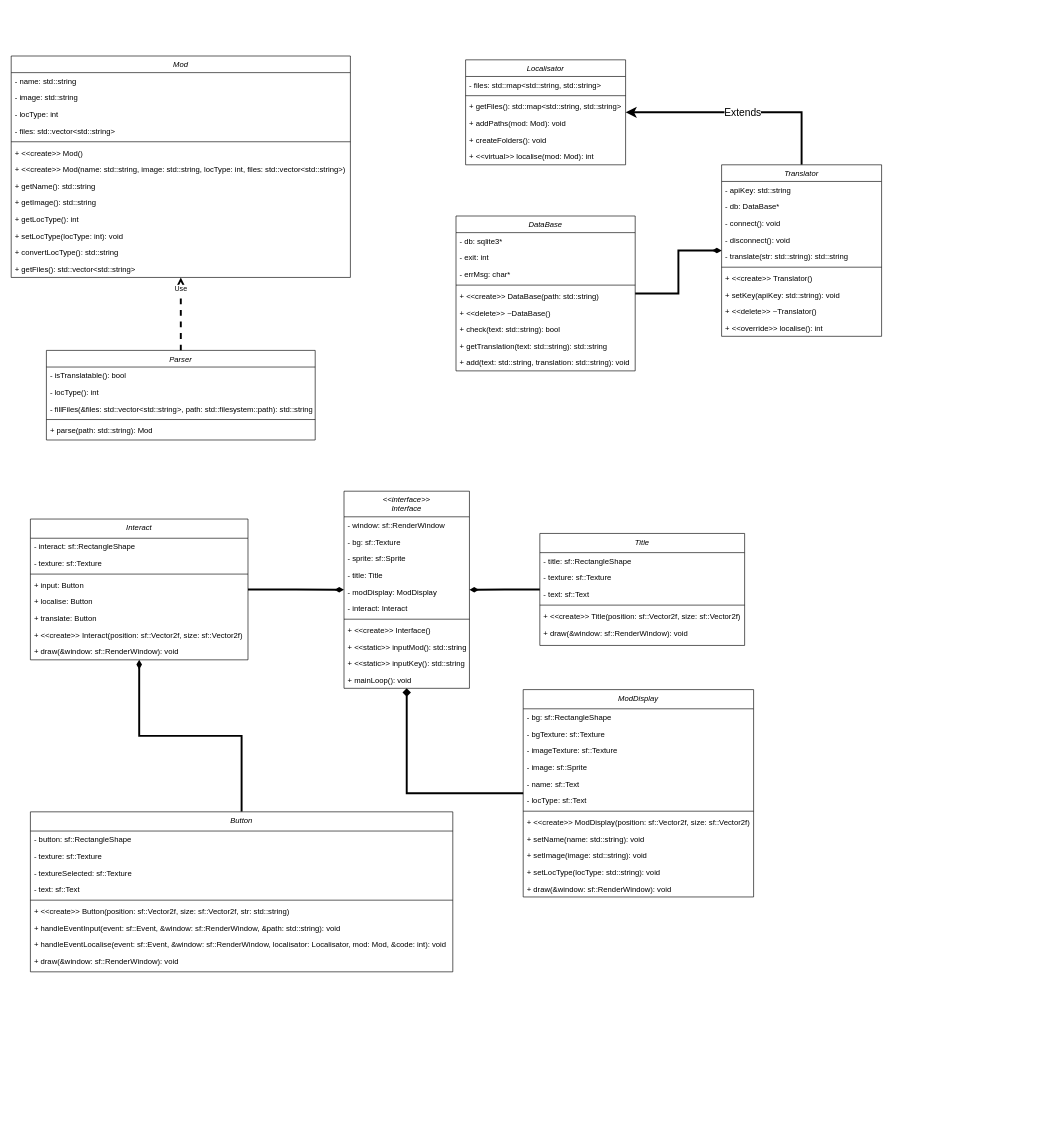
trpo2023/cw-ip-215_stellaris-mods-translator keeps this draw.io diagram as StellarisMT.drawio. Above is the earlier version. Source tidied: cells renumbered, new cells numbered last; positions are measured from the earlier drawing's top-left corner, leaving out a move shared by most shapes. Both pictures are drawn from the tidied source at 64%, with x=0, y=0 at pixel (11, 56).
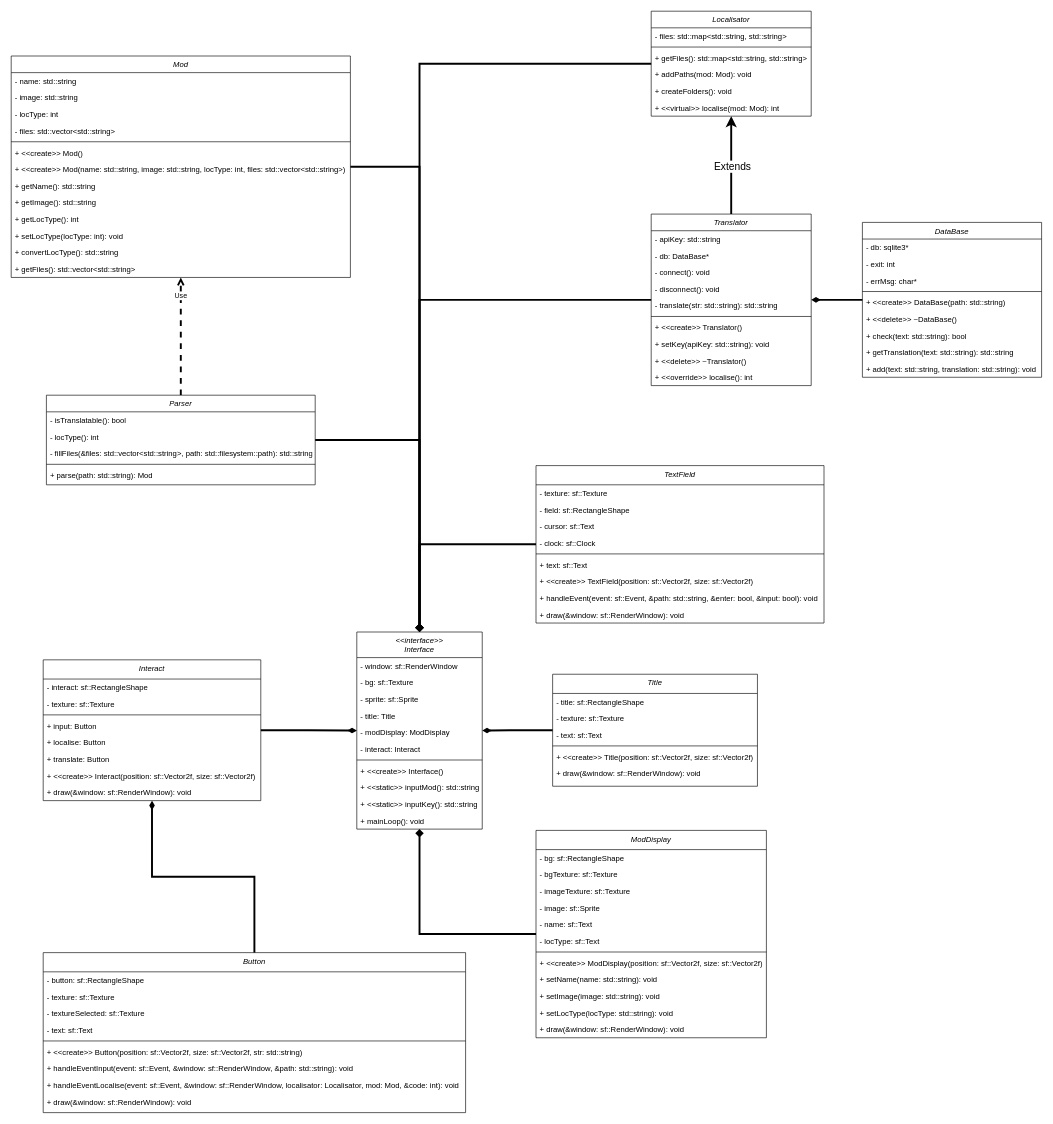
After the change.

The change refers to these unchanged cells:
```xml
<mxCell id="2" value="Mod" style="swimlane;fontStyle=2;align=center;verticalAlign=top;horizontal=1;startSize=26;rounded=0;shadow=0;strokeWidth=1;" parent="1" vertex="1">
  <mxGeometry width="530" height="346" as="geometry" />
</mxCell>
```

What changed in the source:
```diff
@@
+    <mxCell id="112" style="edgeStyle=orthogonalEdgeStyle;rounded=0;jettySize=auto;html=1;strokeWidth=3;endArrow=diamond;endFill=1;" parent="1" edge="1" source="2" target="57">
+      <mxGeometry relative="1" as="geometry" />
+    </mxCell>
@@
+    <mxCell id="113" style="edgeStyle=orthogonalEdgeStyle;rounded=0;jettySize=auto;html=1;strokeWidth=3;endArrow=diamond;endFill=1;" parent="1" edge="1" source="18" target="57">
+      <mxGeometry relative="1" as="geometry" />
+    </mxCell>
     <mxCell id="18" value="Parser" style="swimlane;fontStyle=2;align=center;verticalAlign=top;horizontal=1;startSize=26;rounded=0;shadow=0;strokeWidth=1;" parent="1" vertex="1">
-      <mxGeometry x="55" y="460" width="420" height="140" as="geometry" />
+      <mxGeometry x="55" y="530" width="420" height="140" as="geometry" />
     </mxCell>
@@
+    <mxCell id="114" style="edgeStyle=orthogonalEdgeStyle;rounded=0;jettySize=auto;html=1;strokeWidth=3;endArrow=diamond;endFill=1;" parent="1" edge="1" source="24" target="57">
+      <mxGeometry relative="1" as="geometry" />
+    </mxCell>
     <mxCell id="24" value="Localisator" style="swimlane;fontStyle=2;align=center;verticalAlign=top;horizontal=1;startSize=26;rounded=0;shadow=0;strokeWidth=1;" parent="1" vertex="1">
-      <mxGeometry x="710" y="6" width="250" height="164" as="geometry" />
+      <mxGeometry x="1000" y="-70" width="250" height="164" as="geometry" />
     </mxCell>
@@
+    <mxCell id="115" style="edgeStyle=orthogonalEdgeStyle;rounded=0;jettySize=auto;html=1;strokeWidth=3;endArrow=diamond;endFill=1;" parent="1" edge="1" source="33" target="57">
+      <mxGeometry relative="1" as="geometry" />
+    </mxCell>
     <mxCell id="33" value="Translator" style="swimlane;fontStyle=2;align=center;verticalAlign=top;horizontal=1;startSize=26;rounded=0;shadow=0;strokeWidth=1;" parent="1" vertex="1">
-      <mxGeometry x="1110" y="170" width="250" height="268" as="geometry" />
+      <mxGeometry x="1000" y="247" width="250" height="268" as="geometry" />
     </mxCell>
@@
     <mxCell id="46" value="DataBase" style="swimlane;fontStyle=2;align=center;verticalAlign=top;horizontal=1;startSize=26;rounded=0;shadow=0;strokeWidth=1;" parent="1" vertex="1">
-      <mxGeometry x="695" y="250" width="280" height="242" as="geometry" />
+      <mxGeometry x="1330" y="260" width="280" height="242" as="geometry" />
     </mxCell>
@@
     <mxCell id="57" value="&lt;&lt;interface&gt;&gt;&#10;Interface" style="swimlane;fontStyle=2;align=center;verticalAlign=top;horizontal=1;startSize=40;rounded=0;shadow=0;strokeWidth=1;" parent="1" vertex="1">
-      <mxGeometry x="520" y="680" width="196" height="308" as="geometry" />
+      <mxGeometry x="540" y="900" width="196" height="308" as="geometry" />
     </mxCell>
@@
     <mxCell id="70" value="Interact" style="swimlane;fontStyle=2;align=center;verticalAlign=top;horizontal=1;startSize=30;rounded=0;shadow=0;strokeWidth=1;" parent="1" vertex="1">
-      <mxGeometry x="30" y="723.5" width="340" height="220" as="geometry" />
+      <mxGeometry x="50" y="943.5" width="340" height="220" as="geometry" />
     </mxCell>
@@
     <mxCell id="80" value="Button" style="swimlane;fontStyle=2;align=center;verticalAlign=top;horizontal=1;startSize=30;rounded=0;shadow=0;strokeWidth=1;" parent="1" vertex="1">
-      <mxGeometry x="30" y="1181" width="660" height="250" as="geometry" />
+      <mxGeometry x="50" y="1401" width="660" height="250" as="geometry" />
     </mxCell>
@@
     <mxCell id="91" value="ModDisplay" style="swimlane;fontStyle=2;align=center;verticalAlign=top;horizontal=1;startSize=30;rounded=0;shadow=0;strokeWidth=1;" parent="1" vertex="1">
-      <mxGeometry x="800" y="990" width="360" height="324" as="geometry" />
+      <mxGeometry x="820" y="1210" width="360" height="324" as="geometry" />
     </mxCell>
@@
     <mxCell id="105" value="Title" style="swimlane;fontStyle=2;align=center;verticalAlign=top;horizontal=1;startSize=30;rounded=0;shadow=0;strokeWidth=1;" parent="1" vertex="1">
-      <mxGeometry x="826" y="746" width="320" height="175" as="geometry" />
+      <mxGeometry x="846" y="966" width="320" height="175" as="geometry" />
     </mxCell>
@@
+    <mxCell id="116" style="edgeStyle=orthogonalEdgeStyle;rounded=0;jettySize=auto;html=1;strokeWidth=3;endArrow=diamondThin;endFill=1;" parent="1" edge="1" source="117" target="57">
+      <mxGeometry relative="1" as="geometry" />
+    </mxCell>
+    <mxCell id="117" value="TextField" style="swimlane;fontStyle=2;align=center;verticalAlign=top;horizontal=1;startSize=30;rounded=0;shadow=0;strokeWidth=1;" parent="1" vertex="1">
+      <mxGeometry x="820" y="640" width="450" height="246" as="geometry" />
+    </mxCell>
+    <mxCell id="118" value="- texture: sf::Texture" style="text;align=left;verticalAlign=top;spacingLeft=4;spacingRight=4;overflow=hidden;rounded=0;shadow=0;html=0;" parent="117" vertex="1">
+      <mxGeometry y="30" width="450" height="26" as="geometry" />
+    </mxCell>
+    <mxCell id="119" value="- field: sf::RectangleShape" style="text;align=left;verticalAlign=top;spacingLeft=4;spacingRight=4;overflow=hidden;rounded=0;shadow=0;html=0;" parent="117" vertex="1">
+      <mxGeometry y="56" width="450" height="26" as="geometry" />
+    </mxCell>
+    <mxCell id="120" value="- cursor: sf::Text" style="text;align=left;verticalAlign=top;spacingLeft=4;spacingRight=4;overflow=hidden;rounded=0;shadow=0;html=0;" parent="117" vertex="1">
+      <mxGeometry y="82" width="450" height="26" as="geometry" />
+    </mxCell>
+    <mxCell id="121" value="- clock: sf::Clock" style="text;align=left;verticalAlign=top;spacingLeft=4;spacingRight=4;overflow=hidden;rounded=0;shadow=0;html=0;" parent="117" vertex="1">
+      <mxGeometry y="108" width="450" height="26" as="geometry" />
+    </mxCell>
+    <mxCell id="122" style="line;html=1;strokeWidth=1;align=left;verticalAlign=middle;spacingTop=-1;spacingLeft=3;spacingRight=3;labelPosition=right;" parent="117" vertex="1">
+      <mxGeometry y="134" width="450" height="8" as="geometry" />
+    </mxCell>
+    <mxCell id="123" value="+ text: sf::Text" style="text;align=left;verticalAlign=top;spacingLeft=4;spacingRight=4;overflow=hidden;rounded=0;shadow=0;html=0;" parent="117" vertex="1">
+      <mxGeometry y="142" width="450" height="26" as="geometry" />
+    </mxCell>
+    <mxCell id="124" value="+ &lt;&lt;create&gt;&gt; TextField(position: sf::Vector2f, size: sf::Vector2f)" style="text;align=left;verticalAlign=top;spacingLeft=4;spacingRight=4;overflow=hidden;" parent="117" vertex="1">
+      <mxGeometry y="168" width="450" height="26" as="geometry" />
+    </mxCell>
+    <mxCell id="125" value="+ handleEvent(event: sf::Event, &amp;path: std::string, &amp;enter: bool, &amp;input: bool): void" style="text;align=left;verticalAlign=top;spacingLeft=4;spacingRight=4;overflow=hidden;" parent="117" vertex="1">
+      <mxGeometry y="194" width="450" height="26" as="geometry" />
+    </mxCell>
+    <mxCell id="126" value="+ draw(&amp;window: sf::RenderWindow): void" style="text;align=left;verticalAlign=top;spacingLeft=4;spacingRight=4;overflow=hidden;" parent="117" vertex="1">
+      <mxGeometry y="220" width="450" height="26" as="geometry" />
+    </mxCell>
```
